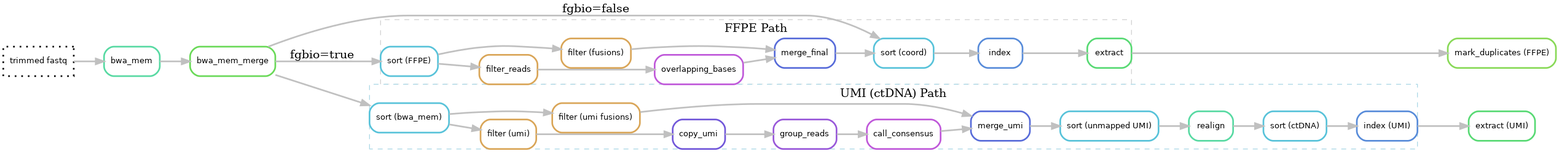
Before: docs/images/alignment.png, a diagram exported from Graphviz (genomic-medicine-sweden/Twist_Solid). Its source is kept beside it as docs/images/alignment.dot.
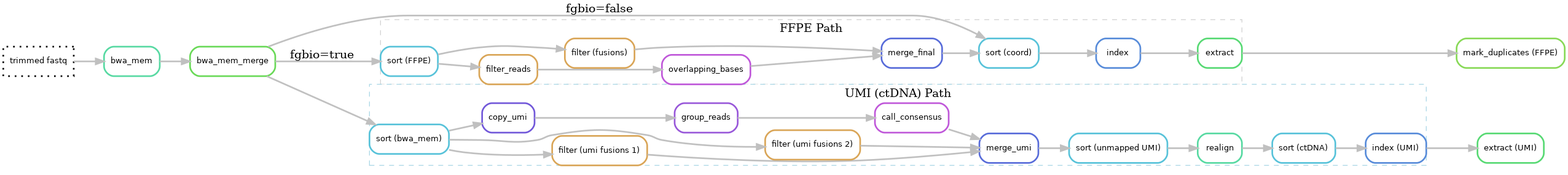
Later version of the same file.

Diff of the diagram source:
```diff
@@ -43,8 +43,8 @@
         color = lightblue;
         style = dashed;
 
-        f2[label = "filter (umi)", color = "0.1 0.6 0.85", style="rounded"];
-        f2f[label = "filter (umi fusions)", color = "0.1 0.6 0.85", style="rounded"];
+        f2f1[label = "filter (umi fusions 1)", color = "0.1 0.6 0.85", style="rounded"];
+        f2f2[label = "filter (umi fusions 2)", color = "0.1 0.6 0.85", style="rounded"];
         s0[label = "sort (bwa_mem)", color = "0.53 0.6 0.85", style="rounded"];
         20[label = "copy_umi", color = "0.70 0.6 0.85", style="rounded"];
         21[label = "group_reads", color = "0.75 0.6 0.85", style="rounded"];
@@ -56,13 +56,14 @@
         i2[label = "index (UMI)", color = "0.60 0.6 0.85", style="rounded"];
         ex2[label = "extract (UMI)", color = "0.37 0.6 0.85", style="rounded"];
 
-        s0 -> f2
-        s0 -> f2f
-        f2 -> 20
+        s0 -> f2f1
+        s0 -> f2f2
+        s0 -> 20
         20 -> 21
         21 -> 22
         22 -> m2
-        f2f -> m2
+        f2f1 -> m2
+        f2f2 -> m2
         m2 -> s_umi_unm
         s_umi_unm -> re
         re -> s2
```
